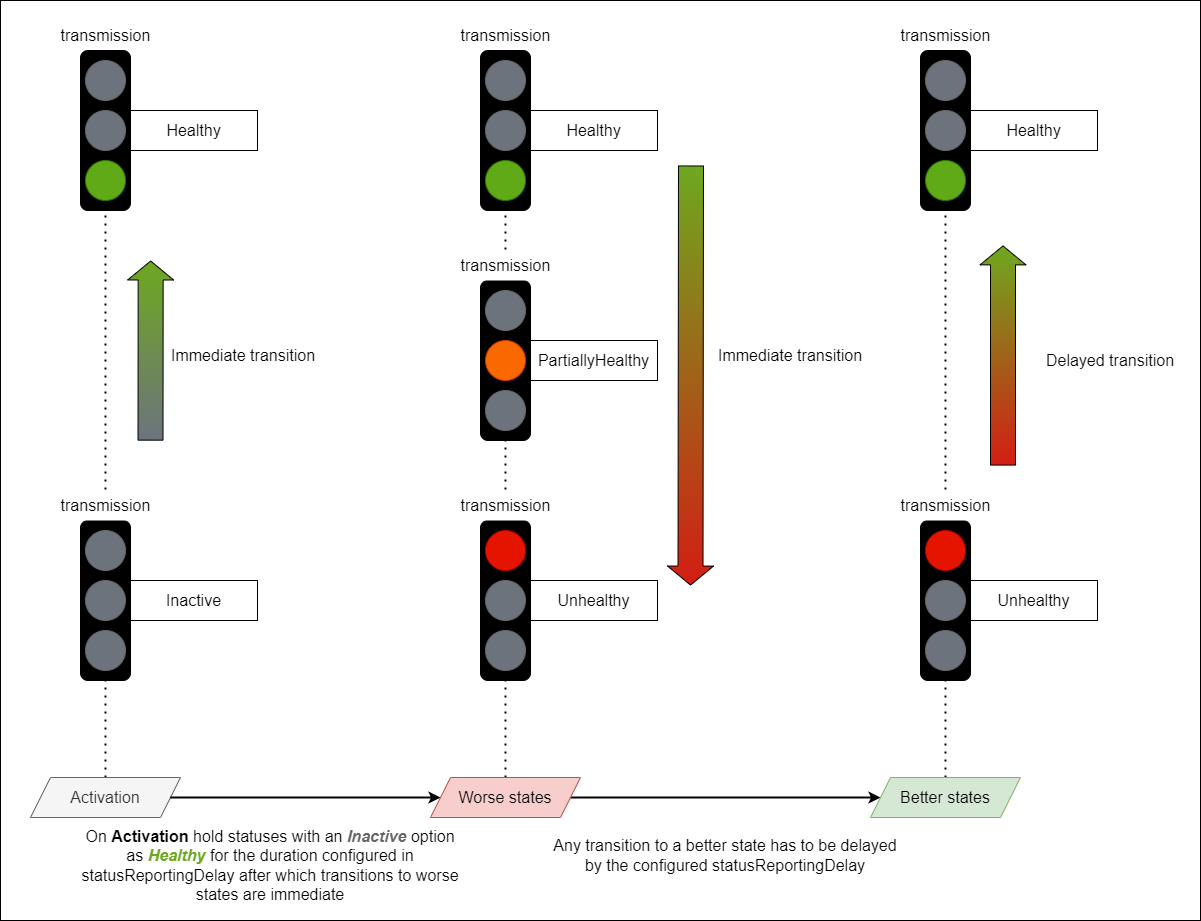
The draw.io diagram docs/images/status-reporting-delay.png in AMWA-TV/bcp-008-02, before a commit. Source tidied: cells renumbered, new cells last; positions are measured from the earlier drawing's top-left corner, leaving out a move shared by most shapes.
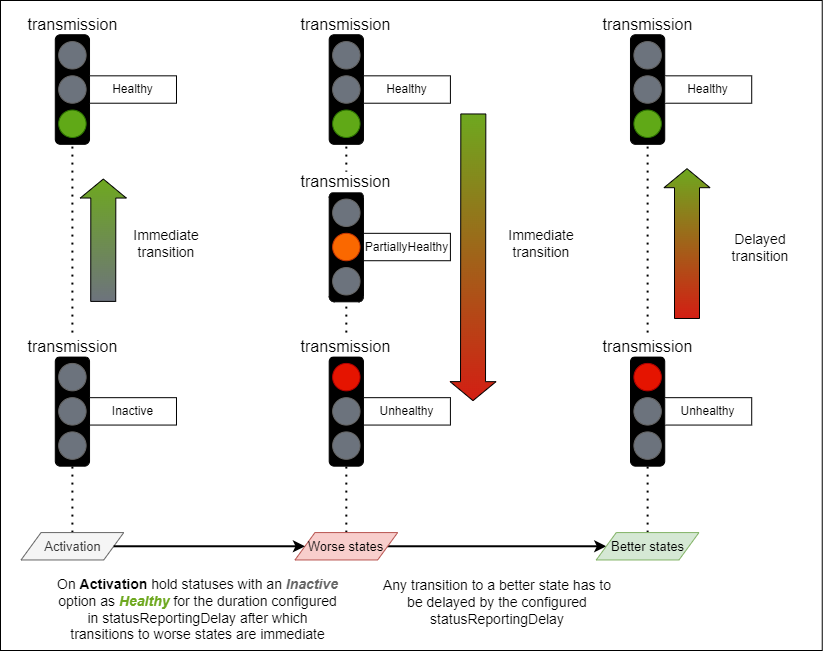
The same diagram one commit later.

What changed in the source:
```diff
@@ -5,3 +5,3 @@
     <mxCell id="2" style="rounded=0;whiteSpace=wrap;html=1;" parent="1" vertex="1">
-      <mxGeometry width="1200" height="920" as="geometry" />
+      <mxGeometry width="821.7" height="650" as="geometry" />
     </mxCell>
@@ -11,33 +11,33 @@
     <mxCell id="4" style="rounded=1;whiteSpace=wrap;html=1;fillColor=#000000;" parent="1" vertex="1">
-      <mxGeometry x="80" y="50" width="50" height="160" as="geometry" />
+      <mxGeometry x="54.8" y="34.2" width="34.2" height="109.6" as="geometry" />
     </mxCell>
     <mxCell id="5" style="ellipse;whiteSpace=wrap;html=1;fillColor=#6C737D;fontColor=#333333;strokeColor=#666666;" parent="1" vertex="1">
-      <mxGeometry x="85" y="60" width="40" height="40" as="geometry" />
+      <mxGeometry x="58.2" y="41.1" width="27.4" height="27.4" as="geometry" />
     </mxCell>
     <mxCell id="6" style="ellipse;whiteSpace=wrap;html=1;fillColor=#6C737D;fontColor=#333333;strokeColor=#666666;align=center;verticalAlign=middle;fontFamily=Helvetica;fontSize=12;" parent="1" vertex="1">
-      <mxGeometry x="85" y="110" width="40" height="40" as="geometry" />
+      <mxGeometry x="58.2" y="75.3" width="27.4" height="27.4" as="geometry" />
     </mxCell>
     <mxCell id="7" style="ellipse;whiteSpace=wrap;html=1;fillColor=#60a917;fontColor=#ffffff;strokeColor=#2D7600;align=center;verticalAlign=middle;fontFamily=Helvetica;fontSize=12;" parent="1" vertex="1">
-      <mxGeometry x="85" y="160" width="40" height="40" as="geometry" />
+      <mxGeometry x="58.2" y="109.6" width="27.4" height="27.4" as="geometry" />
     </mxCell>
     <mxCell id="8" value="transmission" style="text;html=1;align=center;verticalAlign=middle;whiteSpace=wrap;rounded=0;fontSize=16;" parent="1" vertex="1">
-      <mxGeometry x="47.5" y="20" width="115" height="30" as="geometry" />
+      <mxGeometry x="32.5" y="13.7" width="78.8" height="20.5" as="geometry" />
     </mxCell>
-    <mxCell id="9" value="Healthy" style="rounded=0;whiteSpace=wrap;html=1;fontSize=16;" parent="1" vertex="1">
-      <mxGeometry x="130" y="110" width="127" height="40" as="geometry" />
+    <mxCell id="9" value="Healthy" style="rounded=0;whiteSpace=wrap;html=1;fontSize=12;" parent="1" vertex="1">
+      <mxGeometry x="89" y="75.3" width="87" height="27.4" as="geometry" />
     </mxCell>
     <mxCell id="10" style="rounded=1;whiteSpace=wrap;html=1;fillColor=#000000;" parent="1" vertex="1">
-      <mxGeometry x="80" y="520" width="50" height="160" as="geometry" />
+      <mxGeometry x="54.8" y="356.1" width="34.2" height="109.6" as="geometry" />
     </mxCell>
     <mxCell id="11" style="ellipse;whiteSpace=wrap;html=1;fillColor=#6C737D;fontColor=#333333;strokeColor=#666666;" parent="1" vertex="1">
-      <mxGeometry x="85" y="530" width="40" height="40" as="geometry" />
+      <mxGeometry x="58.2" y="362.9" width="27.4" height="27.4" as="geometry" />
     </mxCell>
     <mxCell id="12" style="ellipse;whiteSpace=wrap;html=1;fillColor=#6C737D;fontColor=#333333;strokeColor=#666666;align=center;verticalAlign=middle;fontFamily=Helvetica;fontSize=12;" parent="1" vertex="1">
-      <mxGeometry x="85" y="580" width="40" height="40" as="geometry" />
+      <mxGeometry x="58.2" y="397.2" width="27.4" height="27.4" as="geometry" />
     </mxCell>
     <mxCell id="13" style="ellipse;whiteSpace=wrap;html=1;fillColor=#6C737D;fontColor=#333333;strokeColor=#666666;align=center;verticalAlign=middle;fontFamily=Helvetica;fontSize=12;" parent="1" vertex="1">
-      <mxGeometry x="85" y="630" width="40" height="40" as="geometry" />
+      <mxGeometry x="58.2" y="431.4" width="27.4" height="27.4" as="geometry" />
     </mxCell>
-    <mxCell id="14" value="Inactive" style="rounded=0;whiteSpace=wrap;html=1;fontSize=16;" parent="1" vertex="1">
-      <mxGeometry x="130" y="580" width="127" height="40" as="geometry" />
+    <mxCell id="14" value="Inactive" style="rounded=0;whiteSpace=wrap;html=1;fontSize=12;" parent="1" vertex="1">
+      <mxGeometry x="89" y="397.2" width="87" height="27.4" as="geometry" />
     </mxCell>
@@ -45,14 +45,14 @@
       <mxGeometry relative="1" as="geometry">
-        <mxPoint x="150" y="440.1" as="sourcePoint" />
-        <mxPoint x="150.2" y="260" as="targetPoint" />
+        <mxPoint x="102.7" y="301.4" as="sourcePoint" />
+        <mxPoint x="102.8" y="178" as="targetPoint" />
       </mxGeometry>
     </mxCell>
-    <mxCell id="16" value="Immediate transition" style="text;html=1;align=center;verticalAlign=middle;whiteSpace=wrap;rounded=0;fontSize=16;" parent="1" vertex="1">
-      <mxGeometry x="162.5" y="340" width="160" height="30" as="geometry" />
+    <mxCell id="16" value="Immediate transition" style="text;html=1;align=center;verticalAlign=middle;whiteSpace=wrap;rounded=0;fontSize=14;" parent="1" vertex="1">
+      <mxGeometry x="111.3" y="232.8" width="109.6" height="20.5" as="geometry" />
     </mxCell>
     <mxCell id="17" value="transmission" style="text;html=1;align=center;verticalAlign=middle;whiteSpace=wrap;rounded=0;fontSize=16;fillColor=default;" parent="1" vertex="1">
-      <mxGeometry x="47.5" y="490" width="115" height="30" as="geometry" />
+      <mxGeometry x="32.5" y="335.5" width="78.8" height="20.5" as="geometry" />
     </mxCell>
-    <mxCell id="18" value="Activation" style="shape=parallelogram;perimeter=parallelogramPerimeter;whiteSpace=wrap;html=1;fixedSize=1;fontSize=16;fillColor=#f5f5f5;strokeColor=#666666;fontColor=#333333;" parent="1" vertex="1">
-      <mxGeometry x="30" y="777" width="150" height="40" as="geometry" />
+    <mxCell id="18" value="Activation" style="shape=parallelogram;perimeter=parallelogramPerimeter;whiteSpace=wrap;html=1;fixedSize=1;fontSize=13;fillColor=#f5f5f5;strokeColor=#666666;fontColor=#333333;" parent="1" vertex="1">
+      <mxGeometry x="20.5" y="532.1" width="102.7" height="27.4" as="geometry" />
     </mxCell>
@@ -62,39 +62,39 @@
     <mxCell id="20" style="rounded=1;whiteSpace=wrap;html=1;fillColor=#000000;" parent="1" vertex="1">
-      <mxGeometry x="480" y="50" width="50" height="160" as="geometry" />
+      <mxGeometry x="328.7" y="34.2" width="34.2" height="109.6" as="geometry" />
     </mxCell>
     <mxCell id="21" style="ellipse;whiteSpace=wrap;html=1;fillColor=#6C737D;fontColor=#333333;strokeColor=#666666;" parent="1" vertex="1">
-      <mxGeometry x="485" y="60" width="40" height="40" as="geometry" />
+      <mxGeometry x="332.1" y="41.1" width="27.4" height="27.4" as="geometry" />
     </mxCell>
     <mxCell id="22" style="ellipse;whiteSpace=wrap;html=1;fillColor=#6C737D;fontColor=#333333;strokeColor=#666666;align=center;verticalAlign=middle;fontFamily=Helvetica;fontSize=12;" parent="1" vertex="1">
-      <mxGeometry x="485" y="110" width="40" height="40" as="geometry" />
+      <mxGeometry x="332.1" y="75.3" width="27.4" height="27.4" as="geometry" />
     </mxCell>
     <mxCell id="23" style="ellipse;whiteSpace=wrap;html=1;fillColor=#60a917;fontColor=#ffffff;strokeColor=#2D7600;align=center;verticalAlign=middle;fontFamily=Helvetica;fontSize=12;" parent="1" vertex="1">
-      <mxGeometry x="485" y="160" width="40" height="40" as="geometry" />
+      <mxGeometry x="332.1" y="109.6" width="27.4" height="27.4" as="geometry" />
     </mxCell>
     <mxCell id="24" value="transmission" style="text;html=1;align=center;verticalAlign=middle;whiteSpace=wrap;rounded=0;fontSize=16;" parent="1" vertex="1">
-      <mxGeometry x="447.5" y="20" width="115" height="30" as="geometry" />
+      <mxGeometry x="306.4" y="13.7" width="78.8" height="20.5" as="geometry" />
     </mxCell>
-    <mxCell id="25" value="Healthy" style="rounded=0;whiteSpace=wrap;html=1;fontSize=16;" parent="1" vertex="1">
-      <mxGeometry x="530" y="110" width="127" height="40" as="geometry" />
+    <mxCell id="25" value="Healthy" style="rounded=0;whiteSpace=wrap;html=1;fontSize=12;" parent="1" vertex="1">
+      <mxGeometry x="362.9" y="75.3" width="87" height="27.4" as="geometry" />
     </mxCell>
     <mxCell id="26" style="rounded=1;whiteSpace=wrap;html=1;fillColor=#000000;" parent="1" vertex="1">
-      <mxGeometry x="480" y="520" width="50" height="160" as="geometry" />
+      <mxGeometry x="328.7" y="356.1" width="34.2" height="109.6" as="geometry" />
     </mxCell>
     <mxCell id="27" style="ellipse;whiteSpace=wrap;html=1;fillColor=#e51400;fontColor=#ffffff;strokeColor=#B20000;" parent="1" vertex="1">
-      <mxGeometry x="485" y="530" width="40" height="40" as="geometry" />
+      <mxGeometry x="332.1" y="362.9" width="27.4" height="27.4" as="geometry" />
     </mxCell>
     <mxCell id="28" style="ellipse;whiteSpace=wrap;html=1;fillColor=#6C737D;fontColor=#333333;strokeColor=#666666;align=center;verticalAlign=middle;fontFamily=Helvetica;fontSize=12;" parent="1" vertex="1">
-      <mxGeometry x="485" y="580" width="40" height="40" as="geometry" />
+      <mxGeometry x="332.1" y="397.2" width="27.4" height="27.4" as="geometry" />
     </mxCell>
     <mxCell id="29" style="ellipse;whiteSpace=wrap;html=1;fillColor=#6C737D;fontColor=#333333;strokeColor=#666666;align=center;verticalAlign=middle;fontFamily=Helvetica;fontSize=12;" parent="1" vertex="1">
-      <mxGeometry x="485" y="630" width="40" height="40" as="geometry" />
+      <mxGeometry x="332.1" y="431.4" width="27.4" height="27.4" as="geometry" />
     </mxCell>
-    <mxCell id="30" value="Unhealthy" style="rounded=0;whiteSpace=wrap;html=1;fontSize=16;" parent="1" vertex="1">
-      <mxGeometry x="530" y="580" width="127" height="40" as="geometry" />
+    <mxCell id="30" value="Unhealthy" style="rounded=0;whiteSpace=wrap;html=1;fontSize=12;" parent="1" vertex="1">
+      <mxGeometry x="362.9" y="397.2" width="87" height="27.4" as="geometry" />
     </mxCell>
-    <mxCell id="31" value="Immediate transition" style="text;html=1;align=center;verticalAlign=middle;whiteSpace=wrap;rounded=0;fontSize=16;" parent="1" vertex="1">
-      <mxGeometry x="710" y="340" width="160" height="30" as="geometry" />
+    <mxCell id="31" value="Immediate transition" style="text;html=1;align=center;verticalAlign=middle;whiteSpace=wrap;rounded=0;fontSize=14;" parent="1" vertex="1">
+      <mxGeometry x="486.2" y="232.8" width="109.6" height="20.5" as="geometry" />
     </mxCell>
     <mxCell id="32" value="transmission" style="text;html=1;align=center;verticalAlign=middle;whiteSpace=wrap;rounded=0;fontSize=16;fillColor=default;" parent="1" vertex="1">
-      <mxGeometry x="447.5" y="490" width="115" height="30" as="geometry" />
+      <mxGeometry x="306.4" y="335.5" width="78.8" height="20.5" as="geometry" />
     </mxCell>
@@ -103,4 +103,4 @@
     </mxCell>
-    <mxCell id="34" value="Worse states" style="shape=parallelogram;perimeter=parallelogramPerimeter;whiteSpace=wrap;html=1;fixedSize=1;fontSize=16;fillColor=#f8cecc;strokeColor=#b85450;" parent="1" vertex="1">
-      <mxGeometry x="430" y="777" width="150" height="40" as="geometry" />
+    <mxCell id="34" value="Worse states" style="shape=parallelogram;perimeter=parallelogramPerimeter;whiteSpace=wrap;html=1;fixedSize=1;fontSize=13;fillColor=#f8cecc;strokeColor=#b85450;" parent="1" vertex="1">
+      <mxGeometry x="294.5" y="532.1" width="102.7" height="27.4" as="geometry" />
     </mxCell>
@@ -109,4 +109,4 @@
     </mxCell>
-    <mxCell id="36" value="On &lt;b&gt;Activation &lt;/b&gt;hold statuses with an &lt;font color=&quot;#666666&quot;&gt;&lt;b&gt;&lt;i&gt;Inactive &lt;/i&gt;&lt;/b&gt;&lt;/font&gt;option as &lt;font color=&quot;#6ea81f&quot;&gt;&lt;i&gt;&lt;b&gt;Healthy&lt;/b&gt; &lt;/i&gt;&lt;/font&gt;for the duration configured in statusReportingDelay after which transitions to worse states are immediate" style="text;html=1;align=center;verticalAlign=middle;whiteSpace=wrap;rounded=0;fontSize=16;" parent="1" vertex="1">
-      <mxGeometry x="80" y="830" width="380" height="70" as="geometry" />
+    <mxCell id="36" value="On &lt;b&gt;Activation &lt;/b&gt;hold statuses with an &lt;font color=&quot;#666666&quot;&gt;&lt;b&gt;&lt;i&gt;Inactive &lt;/i&gt;&lt;/b&gt;&lt;/font&gt;option as &lt;font color=&quot;#6ea81f&quot;&gt;&lt;i&gt;&lt;b&gt;Healthy&lt;/b&gt; &lt;/i&gt;&lt;/font&gt;for the duration configured in statusReportingDelay after which transitions to worse states are immediate" style="text;html=1;align=center;verticalAlign=middle;whiteSpace=wrap;rounded=0;fontSize=14;" parent="1" vertex="1">
+      <mxGeometry x="54.8" y="568.4" width="285.2" height="81.6" as="geometry" />
     </mxCell>
@@ -114,4 +114,4 @@
       <mxGeometry relative="1" as="geometry">
-        <mxPoint x="690.5" y="164.9" as="sourcePoint" />
-        <mxPoint x="690" y="585" as="targetPoint" />
+        <mxPoint x="472.8" y="113" as="sourcePoint" />
+        <mxPoint x="472.5" y="400.6" as="targetPoint" />
       </mxGeometry>
@@ -119,18 +119,18 @@
     <mxCell id="38" style="rounded=1;whiteSpace=wrap;html=1;fillColor=#000000;" parent="1" vertex="1">
-      <mxGeometry x="480" y="280" width="50" height="160" as="geometry" />
+      <mxGeometry x="328.7" y="191.7" width="34.2" height="109.6" as="geometry" />
     </mxCell>
     <mxCell id="39" style="ellipse;whiteSpace=wrap;html=1;fillColor=#6C737D;fontColor=#333333;strokeColor=#666666;" parent="1" vertex="1">
-      <mxGeometry x="485" y="290" width="40" height="40" as="geometry" />
+      <mxGeometry x="332.1" y="198.6" width="27.4" height="27.4" as="geometry" />
     </mxCell>
     <mxCell id="40" style="ellipse;whiteSpace=wrap;html=1;fillColor=#fa6800;fontColor=#000000;strokeColor=#C73500;align=center;verticalAlign=middle;fontFamily=Helvetica;fontSize=12;" parent="1" vertex="1">
-      <mxGeometry x="485" y="340" width="40" height="40" as="geometry" />
+      <mxGeometry x="332.1" y="232.8" width="27.4" height="27.4" as="geometry" />
     </mxCell>
     <mxCell id="41" style="ellipse;whiteSpace=wrap;html=1;fillColor=#6C737D;fontColor=#333333;strokeColor=#666666;align=center;verticalAlign=middle;fontFamily=Helvetica;fontSize=12;" parent="1" vertex="1">
-      <mxGeometry x="485" y="390" width="40" height="40" as="geometry" />
+      <mxGeometry x="332.1" y="267.1" width="27.4" height="27.4" as="geometry" />
     </mxCell>
     <mxCell id="42" value="transmission" style="text;html=1;align=center;verticalAlign=middle;whiteSpace=wrap;rounded=0;fontSize=16;fillColor=default;" parent="1" vertex="1">
-      <mxGeometry x="447.5" y="250" width="115" height="30" as="geometry" />
+      <mxGeometry x="306.4" y="171.2" width="78.8" height="20.5" as="geometry" />
     </mxCell>
-    <mxCell id="43" value="PartiallyHealthy" style="rounded=0;whiteSpace=wrap;html=1;fontSize=16;" parent="1" vertex="1">
-      <mxGeometry x="530" y="340" width="127" height="40" as="geometry" />
+    <mxCell id="43" value="PartiallyHealthy" style="rounded=0;whiteSpace=wrap;html=1;fontSize=12;" parent="1" vertex="1">
+      <mxGeometry x="362.9" y="232.8" width="87" height="27.4" as="geometry" />
     </mxCell>
@@ -140,42 +140,42 @@
     <mxCell id="45" style="rounded=1;whiteSpace=wrap;html=1;fillColor=#000000;" parent="1" vertex="1">
-      <mxGeometry x="920" y="50" width="50" height="160" as="geometry" />
+      <mxGeometry x="630" y="34.2" width="34.2" height="109.6" as="geometry" />
     </mxCell>
     <mxCell id="46" style="ellipse;whiteSpace=wrap;html=1;fillColor=#6C737D;fontColor=#333333;strokeColor=#666666;" parent="1" vertex="1">
-      <mxGeometry x="925" y="60" width="40" height="40" as="geometry" />
+      <mxGeometry x="633.4" y="41.1" width="27.4" height="27.4" as="geometry" />
     </mxCell>
     <mxCell id="47" style="ellipse;whiteSpace=wrap;html=1;fillColor=#6C737D;fontColor=#333333;strokeColor=#666666;align=center;verticalAlign=middle;fontFamily=Helvetica;fontSize=12;" parent="1" vertex="1">
-      <mxGeometry x="925" y="110" width="40" height="40" as="geometry" />
+      <mxGeometry x="633.4" y="75.3" width="27.4" height="27.4" as="geometry" />
     </mxCell>
     <mxCell id="48" style="ellipse;whiteSpace=wrap;html=1;fillColor=#60a917;fontColor=#ffffff;strokeColor=#2D7600;align=center;verticalAlign=middle;fontFamily=Helvetica;fontSize=12;" parent="1" vertex="1">
-      <mxGeometry x="925" y="160" width="40" height="40" as="geometry" />
+      <mxGeometry x="633.4" y="109.6" width="27.4" height="27.4" as="geometry" />
     </mxCell>
     <mxCell id="49" value="transmission" style="text;html=1;align=center;verticalAlign=middle;whiteSpace=wrap;rounded=0;fontSize=16;" parent="1" vertex="1">
-      <mxGeometry x="887.5" y="20" width="115" height="30" as="geometry" />
+      <mxGeometry x="607.7" y="13.7" width="78.8" height="20.5" as="geometry" />
     </mxCell>
-    <mxCell id="50" value="Healthy" style="rounded=0;whiteSpace=wrap;html=1;fontSize=16;" parent="1" vertex="1">
-      <mxGeometry x="970" y="110" width="127" height="40" as="geometry" />
+    <mxCell id="50" value="Healthy" style="rounded=0;whiteSpace=wrap;html=1;fontSize=12;" parent="1" vertex="1">
+      <mxGeometry x="664.2" y="75.3" width="87" height="27.4" as="geometry" />
     </mxCell>
     <mxCell id="51" style="rounded=1;whiteSpace=wrap;html=1;fillColor=#000000;" parent="1" vertex="1">
-      <mxGeometry x="920" y="520" width="50" height="160" as="geometry" />
+      <mxGeometry x="630" y="356.1" width="34.2" height="109.6" as="geometry" />
     </mxCell>
     <mxCell id="52" style="ellipse;whiteSpace=wrap;html=1;fillColor=#e51400;fontColor=#ffffff;strokeColor=#B20000;" parent="1" vertex="1">
-      <mxGeometry x="925" y="530" width="40" height="40" as="geometry" />
+      <mxGeometry x="633.4" y="362.9" width="27.4" height="27.4" as="geometry" />
     </mxCell>
     <mxCell id="53" style="ellipse;whiteSpace=wrap;html=1;fillColor=#6C737D;fontColor=#333333;strokeColor=#666666;align=center;verticalAlign=middle;fontFamily=Helvetica;fontSize=12;" parent="1" vertex="1">
-      <mxGeometry x="925" y="580" width="40" height="40" as="geometry" />
+      <mxGeometry x="633.4" y="397.2" width="27.4" height="27.4" as="geometry" />
     </mxCell>
     <mxCell id="54" style="ellipse;whiteSpace=wrap;html=1;fillColor=#6C737D;fontColor=#333333;strokeColor=#666666;align=center;verticalAlign=middle;fontFamily=Helvetica;fontSize=12;" parent="1" vertex="1">
-      <mxGeometry x="925" y="630" width="40" height="40" as="geometry" />
+      <mxGeometry x="633.4" y="431.4" width="27.4" height="27.4" as="geometry" />
     </mxCell>
-    <mxCell id="55" value="Unhealthy" style="rounded=0;whiteSpace=wrap;html=1;fontSize=16;" parent="1" vertex="1">
-      <mxGeometry x="970" y="580" width="127" height="40" as="geometry" />
+    <mxCell id="55" value="Unhealthy" style="rounded=0;whiteSpace=wrap;html=1;fontSize=12;" parent="1" vertex="1">
+      <mxGeometry x="664.2" y="397.2" width="87" height="27.4" as="geometry" />
     </mxCell>
     <mxCell id="56" value="transmission" style="text;html=1;align=center;verticalAlign=middle;whiteSpace=wrap;rounded=0;fontSize=16;fillColor=default;" parent="1" vertex="1">
-      <mxGeometry x="887.5" y="490" width="115" height="30" as="geometry" />
+      <mxGeometry x="607.7" y="335.5" width="78.8" height="20.5" as="geometry" />
     </mxCell>
-    <mxCell id="57" value="Better states" style="shape=parallelogram;perimeter=parallelogramPerimeter;whiteSpace=wrap;html=1;fixedSize=1;fontSize=16;fillColor=#d5e8d4;strokeColor=#82b366;" parent="1" vertex="1">
-      <mxGeometry x="870" y="777" width="150" height="40" as="geometry" />
+    <mxCell id="57" value="Better states" style="shape=parallelogram;perimeter=parallelogramPerimeter;whiteSpace=wrap;html=1;fixedSize=1;fontSize=13;fillColor=#d5e8d4;strokeColor=#82b366;" parent="1" vertex="1">
+      <mxGeometry x="595.8" y="532.1" width="102.7" height="27.4" as="geometry" />
     </mxCell>
-    <mxCell id="58" value="Any transition to a better state has to be delayed by the configured statusReportingDelay" style="text;html=1;align=center;verticalAlign=middle;whiteSpace=wrap;rounded=0;fontSize=16;" parent="1" vertex="1">
-      <mxGeometry x="550" y="820" width="350" height="70" as="geometry" />
+    <mxCell id="58" value="Any transition to a better state has to be delayed by the configured statusReportingDelay" style="text;html=1;align=center;verticalAlign=middle;whiteSpace=wrap;rounded=0;fontSize=14;" parent="1" vertex="1">
+      <mxGeometry x="376.6" y="578" width="239.7" height="47.9" as="geometry" />
     </mxCell>
@@ -183,8 +183,8 @@
       <mxGeometry relative="1" as="geometry">
-        <mxPoint x="1002.5" y="465.1" as="sourcePoint" />
-        <mxPoint x="1002.5" y="244.9" as="targetPoint" />
+        <mxPoint x="686.5" y="318.5" as="sourcePoint" />
+        <mxPoint x="686.5" y="167.7" as="targetPoint" />
       </mxGeometry>
     </mxCell>
-    <mxCell id="60" value="Delayed transition" style="text;html=1;align=center;verticalAlign=middle;whiteSpace=wrap;rounded=0;fontSize=16;" parent="1" vertex="1">
-      <mxGeometry x="1030" y="345" width="160" height="30" as="geometry" />
+    <mxCell id="60" value="Delayed transition" style="text;html=1;align=center;verticalAlign=middle;whiteSpace=wrap;rounded=0;fontSize=14;" parent="1" vertex="1">
+      <mxGeometry x="705.3" y="236.2" width="109.6" height="20.5" as="geometry" />
     </mxCell>
```
